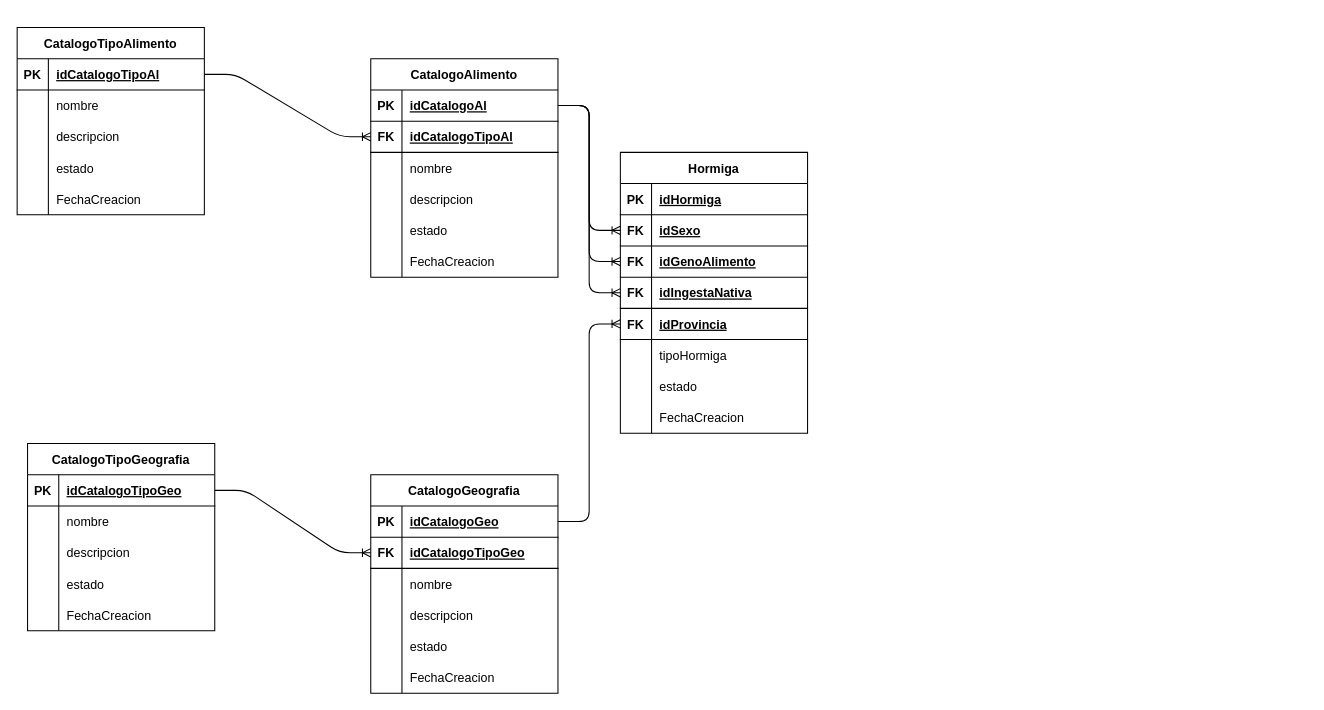
G3L3N13/ExamenFinal keeps this draw.io diagram as design/DMER.dio. Above is the earlier version. Source tidied: cells renumbered, new cells numbered last; positions are measured from the earlier drawing's top-left corner, leaving out a move shared by most shapes. Both pictures are drawn from the tidied source at 104%, with x=0, y=0 at pixel (17, 27).
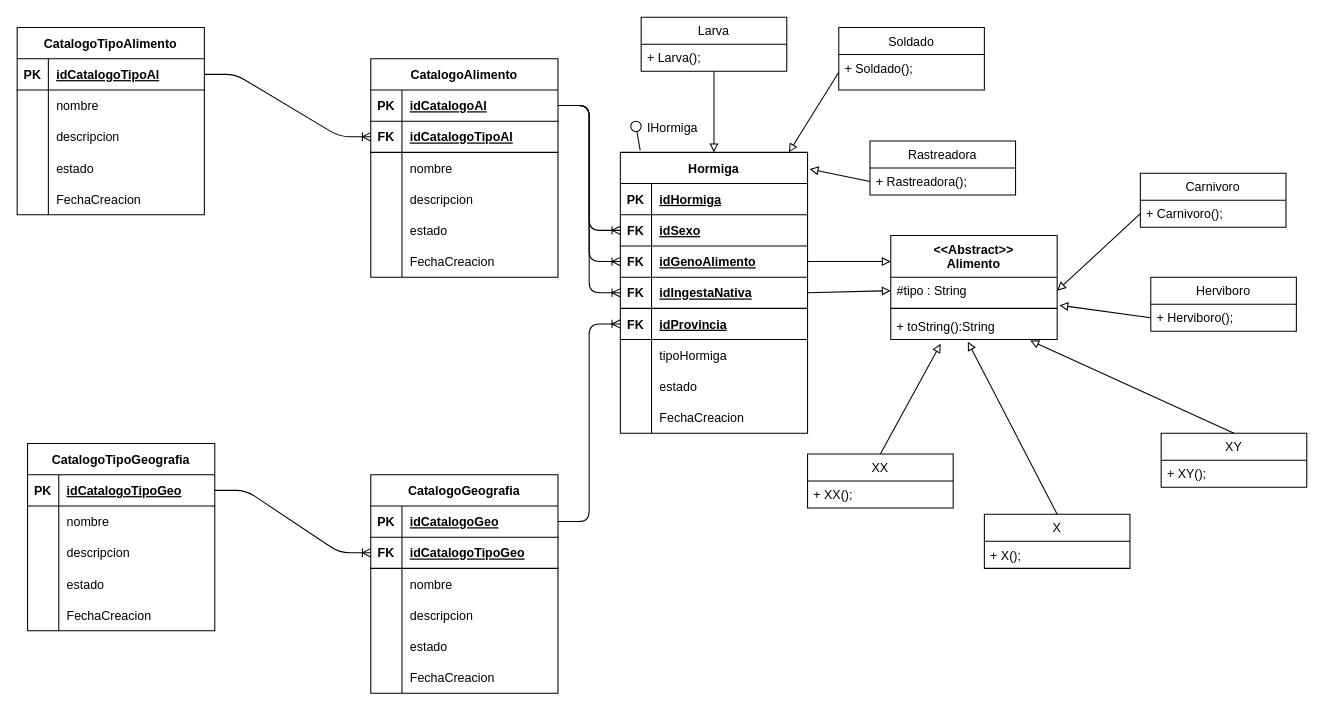
The same diagram, later.

The change refers to these unchanged cells:
```xml
<mxCell id="18" value="Hormiga" style="shape=table;startSize=30;childLayout=tableLayout;rowLines=0;fontStyle=1;align=center;" parent="1" vertex="1">
  <mxGeometry x="580" y="120" width="180" height="270" as="geometry" />
</mxCell>
<mxCell id="25" style="shape=tableRow;horizontal=0;startSize=0;swimlaneHead=0;swimlaneBody=0;fillColor=none;points=[[0,0.5],[1,0.5]];portConstraint=eastwest;top=0;left=0;right=0;bottom=1;" parent="18" vertex="1">
  <mxGeometry y="90" width="180" height="30" as="geometry" />
</mxCell>
<mxCell id="28" style="shape=tableRow;horizontal=0;startSize=0;swimlaneHead=0;swimlaneBody=0;fillColor=none;points=[[0,0.5],[1,0.5]];portConstraint=eastwest;top=0;left=0;right=0;bottom=1;" parent="18" vertex="1">
  <mxGeometry y="120" width="180" height="30" as="geometry" />
</mxCell>
```

What changed in the source:
```diff
@@
+    <mxCell id="103" style="rounded=0;jettySize=auto;html=1;endArrow=none;endFill=0;sketch=0;sourcePerimeterSpacing=0;targetPerimeterSpacing=0;exitX=0.106;exitY=-0.007;exitDx=0;exitDy=0;exitPerimeter=0;" parent="1" edge="1" source="18" target="104">
+      <mxGeometry relative="1" as="geometry" />
+    </mxCell>
+    <mxCell id="104" style="ellipse;whiteSpace=wrap;html=1;align=center;points=[];outlineConnect=0;sketch=0;" parent="1" vertex="1">
+      <mxGeometry x="590" y="90" width="10" height="10" as="geometry" />
+    </mxCell>
+    <mxCell id="105" style="edgeStyle=none;html=1;endArrow=block;endFill=0;" parent="1" edge="1" source="106" target="18">
+      <mxGeometry relative="1" as="geometry" />
+    </mxCell>
+    <mxCell id="106" value="Larva" style="swimlane;fontStyle=0;horizontal=1;startSize=26;fillColor=none;" parent="1" vertex="1">
+      <mxGeometry x="600" y="-10" width="140" height="52" as="geometry" />
+    </mxCell>
+    <mxCell id="107" value="+ Larva();" style="text;strokeColor=none;fillColor=none;align=left;verticalAlign=top;spacingLeft=4;spacingRight=4;overflow=hidden;" parent="106" vertex="1">
+      <mxGeometry y="26" width="140" height="26" as="geometry" />
+    </mxCell>
+    <mxCell id="108" value="Soldado" style="swimlane;fontStyle=0;horizontal=1;startSize=26;fillColor=none;" parent="1" vertex="1">
+      <mxGeometry x="790" width="140" height="60" as="geometry" />
+    </mxCell>
+    <mxCell id="109" value="+ Soldado();" style="text;strokeColor=none;fillColor=none;align=left;verticalAlign=top;spacingLeft=4;spacingRight=4;overflow=hidden;points=[[0,0.5],[1,0.5]];portConstraint=eastwest;" parent="108" vertex="1">
+      <mxGeometry y="26" width="140" height="34" as="geometry" />
+    </mxCell>
+    <mxCell id="110" value="Rastreadora" style="swimlane;fontStyle=0;horizontal=1;startSize=26;fillColor=none;" parent="1" vertex="1">
+      <mxGeometry x="820" y="109" width="140" height="52" as="geometry" />
+    </mxCell>
+    <mxCell id="111" value="+ Rastreadora();" style="text;strokeColor=none;fillColor=none;align=left;verticalAlign=top;spacingLeft=4;spacingRight=4;overflow=hidden;points=[[0,0.5],[1,0.5]];portConstraint=eastwest;" parent="110" vertex="1">
+      <mxGeometry y="26" width="140" height="26" as="geometry" />
+    </mxCell>
+    <mxCell id="112" style="edgeStyle=none;html=1;exitX=0;exitY=0.5;exitDx=0;exitDy=0;entryX=0.9;entryY=0;entryDx=0;entryDy=0;entryPerimeter=0;strokeColor=#000000;endArrow=block;endFill=0;" parent="1" edge="1" source="109" target="18">
+      <mxGeometry relative="1" as="geometry" />
+    </mxCell>
+    <mxCell id="113" style="edgeStyle=none;html=1;exitX=0;exitY=0.5;exitDx=0;exitDy=0;entryX=1.011;entryY=0.059;entryDx=0;entryDy=0;strokeColor=#000000;endArrow=block;endFill=0;entryPerimeter=0;" parent="1" edge="1" source="111" target="18">
+      <mxGeometry relative="1" as="geometry" />
+    </mxCell>
+    <mxCell id="114" value="IHormiga" style="text;strokeColor=none;fillColor=none;align=left;verticalAlign=top;spacingLeft=4;spacingRight=4;overflow=hidden;" parent="1" vertex="1">
+      <mxGeometry x="600" y="83" width="140" height="26" as="geometry" />
+    </mxCell>
+    <mxCell id="115" value="&lt;&lt;Abstract&gt;&gt;&#10;Alimento" style="swimlane;fontStyle=1;align=center;verticalAlign=top;horizontal=1;startSize=40;" parent="1" vertex="1">
+      <mxGeometry x="840" y="200" width="160" height="100" as="geometry" />
+    </mxCell>
+    <mxCell id="116" value="#tipo : String" style="text;strokeColor=none;fillColor=none;align=left;verticalAlign=top;spacingLeft=4;spacingRight=4;overflow=hidden;points=[[0,0.5],[1,0.5]];portConstraint=eastwest;" parent="115" vertex="1">
+      <mxGeometry y="40" width="160" height="26" as="geometry" />
+    </mxCell>
+    <mxCell id="117" style="line;strokeWidth=1;fillColor=none;align=left;verticalAlign=middle;spacingTop=-1;spacingLeft=3;spacingRight=3;labelPosition=right;strokeColor=inherit;" parent="115" vertex="1">
+      <mxGeometry y="66" width="160" height="8" as="geometry" />
+    </mxCell>
+    <mxCell id="118" value="+ toString():String" style="text;strokeColor=none;fillColor=none;align=left;verticalAlign=top;spacingLeft=4;spacingRight=4;overflow=hidden;points=[[0,0.5],[1,0.5]];portConstraint=eastwest;" parent="115" vertex="1">
+      <mxGeometry y="74" width="160" height="26" as="geometry" />
+    </mxCell>
+    <mxCell id="119" style="edgeStyle=none;html=1;exitX=1;exitY=0.5;exitDx=0;exitDy=0;entryX=0;entryY=0.25;entryDx=0;entryDy=0;strokeColor=#000000;endArrow=block;endFill=0;" parent="1" edge="1" source="25" target="115">
+      <mxGeometry relative="1" as="geometry" />
+    </mxCell>
+    <mxCell id="120" style="edgeStyle=none;html=1;exitX=1;exitY=0.5;exitDx=0;exitDy=0;entryX=0;entryY=0.5;entryDx=0;entryDy=0;strokeColor=#000000;endArrow=block;endFill=0;" parent="1" edge="1" source="28" target="116">
+      <mxGeometry relative="1" as="geometry" />
+    </mxCell>
+    <mxCell id="121" value="Herviboro" style="swimlane;fontStyle=0;horizontal=1;startSize=26;fillColor=none;" parent="1" vertex="1">
+      <mxGeometry x="1090" y="240" width="140" height="52" as="geometry" />
+    </mxCell>
+    <mxCell id="122" value="+ Herviboro();" style="text;strokeColor=none;fillColor=none;align=left;verticalAlign=top;spacingLeft=4;spacingRight=4;overflow=hidden;points=[[0,0.5],[1,0.5]];portConstraint=eastwest;" parent="121" vertex="1">
+      <mxGeometry y="26" width="140" height="26" as="geometry" />
+    </mxCell>
+    <mxCell id="123" style="edgeStyle=none;html=1;exitX=0.5;exitY=0;exitDx=0;exitDy=0;entryX=0.463;entryY=1.077;entryDx=0;entryDy=0;entryPerimeter=0;strokeColor=#000000;endArrow=block;endFill=0;" parent="1" edge="1" source="124" target="118">
+      <mxGeometry relative="1" as="geometry" />
+    </mxCell>
+    <mxCell id="124" value="X" style="swimlane;fontStyle=0;horizontal=1;startSize=26;fillColor=none;" parent="1" vertex="1">
+      <mxGeometry x="930" y="468" width="140" height="52" as="geometry" />
+    </mxCell>
+    <mxCell id="125" value="+ X();" style="text;strokeColor=none;fillColor=none;align=left;verticalAlign=top;spacingLeft=4;spacingRight=4;overflow=hidden;" parent="124" vertex="1">
+      <mxGeometry y="26" width="140" height="26" as="geometry" />
+    </mxCell>
+    <mxCell id="126" value="Carnivoro" style="swimlane;fontStyle=0;horizontal=1;startSize=26;fillColor=none;" parent="1" vertex="1">
+      <mxGeometry x="1080" y="140" width="140" height="52" as="geometry" />
+    </mxCell>
+    <mxCell id="127" value="+ Carnivoro();" style="text;strokeColor=none;fillColor=none;align=left;verticalAlign=top;spacingLeft=4;spacingRight=4;overflow=hidden;points=[[0,0.5],[1,0.5]];portConstraint=eastwest;" parent="126" vertex="1">
+      <mxGeometry y="26" width="140" height="26" as="geometry" />
+    </mxCell>
+    <mxCell id="128" style="edgeStyle=none;html=1;exitX=0;exitY=0.5;exitDx=0;exitDy=0;entryX=1;entryY=0.5;entryDx=0;entryDy=0;strokeColor=#000000;endArrow=block;endFill=0;" parent="1" edge="1" source="127" target="116">
+      <mxGeometry relative="1" as="geometry" />
+    </mxCell>
+    <mxCell id="129" style="edgeStyle=none;html=1;exitX=0;exitY=0.5;exitDx=0;exitDy=0;entryX=1.013;entryY=1.038;entryDx=0;entryDy=0;entryPerimeter=0;strokeColor=#000000;endArrow=block;endFill=0;" parent="1" edge="1" source="122" target="116">
+      <mxGeometry relative="1" as="geometry" />
+    </mxCell>
+    <mxCell id="130" style="edgeStyle=none;html=1;exitX=0.5;exitY=0;exitDx=0;exitDy=0;entryX=0.3;entryY=1.154;entryDx=0;entryDy=0;entryPerimeter=0;strokeColor=#000000;endArrow=block;endFill=0;" parent="1" edge="1" source="131" target="118">
+      <mxGeometry relative="1" as="geometry" />
+    </mxCell>
+    <mxCell id="131" value="XX" style="swimlane;fontStyle=0;horizontal=1;startSize=26;fillColor=none;" parent="1" vertex="1">
+      <mxGeometry x="760" y="410" width="140" height="52" as="geometry" />
+    </mxCell>
+    <mxCell id="132" value="+ XX();" style="text;strokeColor=none;fillColor=none;align=left;verticalAlign=top;spacingLeft=4;spacingRight=4;overflow=hidden;" parent="131" vertex="1">
+      <mxGeometry y="26" width="140" height="26" as="geometry" />
+    </mxCell>
+    <mxCell id="133" style="edgeStyle=none;html=1;exitX=0.5;exitY=0;exitDx=0;exitDy=0;entryX=0.838;entryY=1.038;entryDx=0;entryDy=0;entryPerimeter=0;strokeColor=#000000;endArrow=block;endFill=0;" parent="1" edge="1" source="134" target="118">
+      <mxGeometry relative="1" as="geometry" />
+    </mxCell>
+    <mxCell id="134" value="XY" style="swimlane;fontStyle=0;horizontal=1;startSize=26;fillColor=none;" parent="1" vertex="1">
+      <mxGeometry x="1100" y="390" width="140" height="52" as="geometry" />
+    </mxCell>
+    <mxCell id="135" value="+ XY();" style="text;strokeColor=none;fillColor=none;align=left;verticalAlign=top;spacingLeft=4;spacingRight=4;overflow=hidden;" parent="134" vertex="1">
+      <mxGeometry y="26" width="140" height="26" as="geometry" />
+    </mxCell>
```
